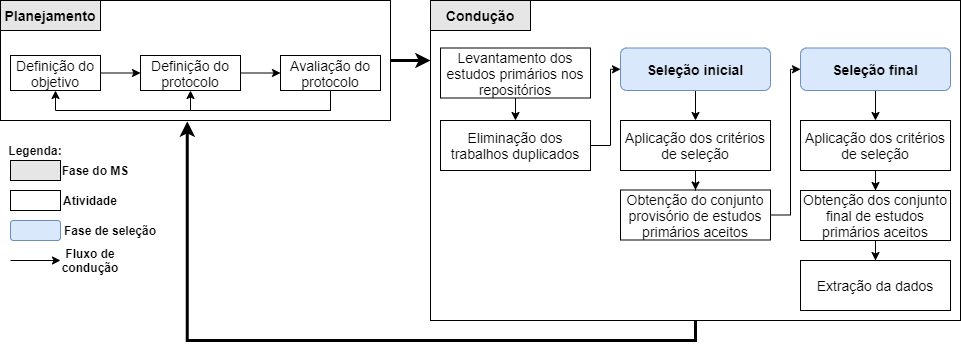
This is figuras/ms_fluxo.png from gustavogod/dissertacao, a draw.io export, as it was before one commit. Source tidied: cells renumbered, new cells last; positions are measured from the earlier drawing's top-left corner, leaving out a move shared by most shapes.
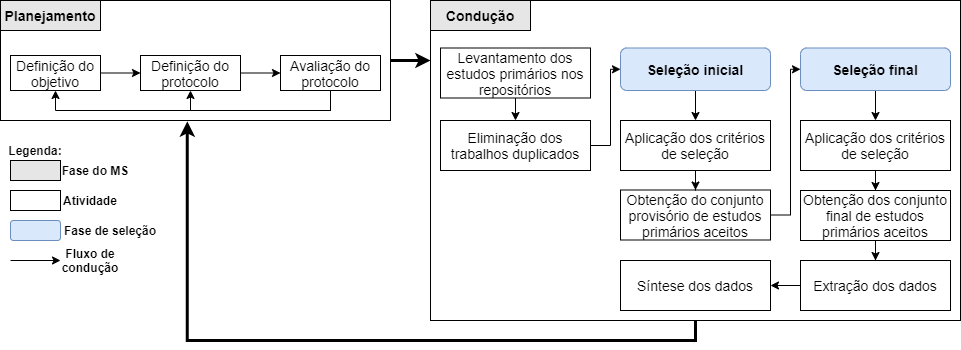
After the commit.

Change to the diagram source:
```diff
@@ -80,7 +80,10 @@
     <mxCell id="22" value="Obtenção dos conjunto final de estudos primários aceitos" style="rounded=0;whiteSpace=wrap;html=1;fillColor=none;fontSize=14;" parent="1" vertex="1">
       <mxGeometry x="800" y="190" width="150" height="50" as="geometry" />
     </mxCell>
+    <mxCell id="41" style="edgeStyle=orthogonalEdgeStyle;rounded=0;jettySize=auto;html=1;entryX=1;entryY=0.5;entryDx=0;entryDy=0;" parent="1" edge="1" source="23" target="42">
+      <mxGeometry relative="1" as="geometry" />
+    </mxCell>
-    <mxCell id="23" value="Extração da dados" style="rounded=0;whiteSpace=wrap;html=1;fillColor=none;fontSize=14;" parent="1" vertex="1">
+    <mxCell id="23" value="Extração dos dados" style="rounded=0;whiteSpace=wrap;html=1;fillColor=none;fontSize=14;" parent="1" vertex="1">
       <mxGeometry x="800" y="260" width="150" height="50" as="geometry" />
     </mxCell>
     <mxCell id="24" value="&lt;b&gt;Legenda:&lt;/b&gt;" style="text;html=1;strokeColor=none;fillColor=none;align=center;verticalAlign=middle;whiteSpace=wrap;rounded=0;" parent="1" vertex="1">
@@ -142,5 +145,8 @@
     <mxCell id="40" value="&lt;b&gt;Fase de seleção&lt;/b&gt;" style="text;html=1;strokeColor=none;fillColor=none;align=center;verticalAlign=middle;whiteSpace=wrap;rounded=0;" parent="1" vertex="1">
       <mxGeometry x="60" y="220" width="100" height="20" as="geometry" />
     </mxCell>
+    <mxCell id="42" value="Síntese dos dados" style="rounded=0;whiteSpace=wrap;html=1;fillColor=none;fontSize=14;" parent="1" vertex="1">
+      <mxGeometry x="620" y="260" width="150" height="50" as="geometry" />
+    </mxCell>
   </root>
 </mxGraphModel>
```
